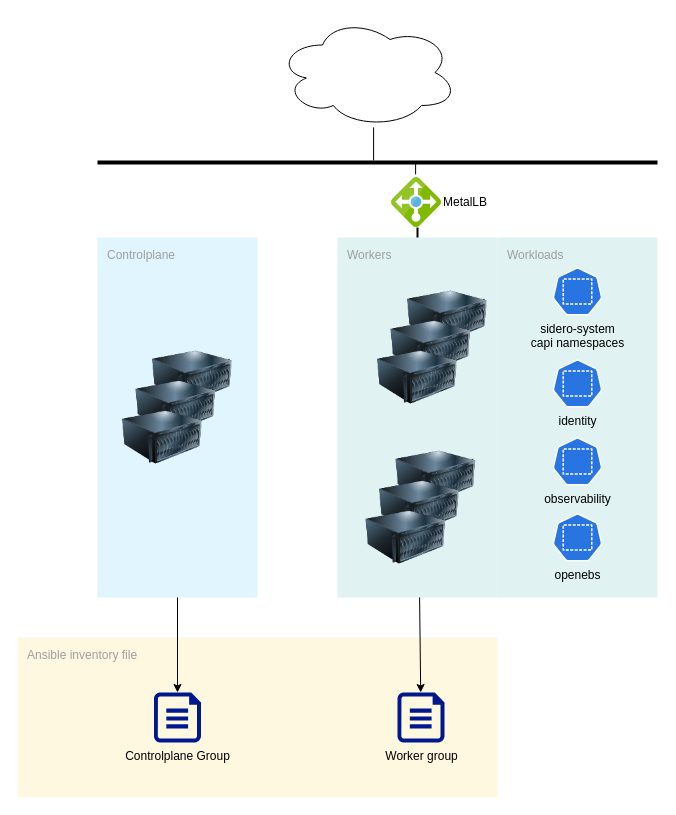
Above: day-0/architecture.drawio in mgrzybek/talos-ansible-playbooks (draw.io), before the change. Source tidied: cells renumbered, new cells numbered last; positions are measured from the earlier drawing's top-left corner, leaving out a move shared by most shapes. Both pictures are drawn from the tidied source at 100%, with x=0, y=0 at pixel (17, 17).
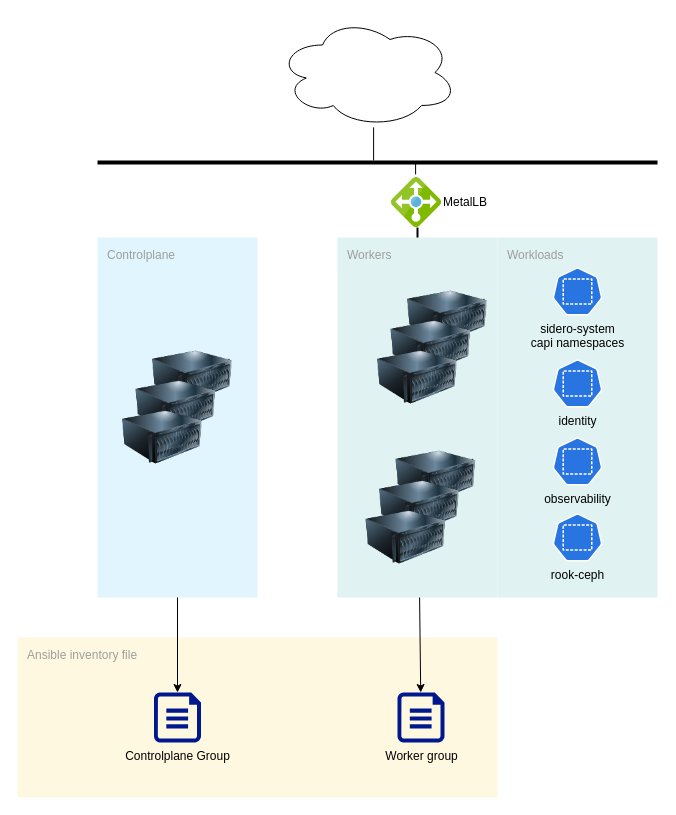
The same page after the edit.

What changed in the source:
```diff
@@
-    <mxCell id="20" value="openebs" style="sketch=0;html=1;dashed=0;whitespace=wrap;fillColor=#2875E2;strokeColor=#ffffff;verticalLabelPosition=bottom;align=center;verticalAlign=top;shape=mxgraph.kubernetes.icon;prIcon=ns;" parent="1" vertex="1">
+    <mxCell id="20" value="rook-ceph" style="sketch=0;html=1;dashed=0;whitespace=wrap;fillColor=#2875E2;strokeColor=#ffffff;verticalLabelPosition=bottom;align=center;verticalAlign=top;shape=mxgraph.kubernetes.icon;prIcon=ns;" parent="1" vertex="1">
       <mxGeometry x="535" y="496" width="50" height="48" as="geometry" />
     </mxCell>
```
